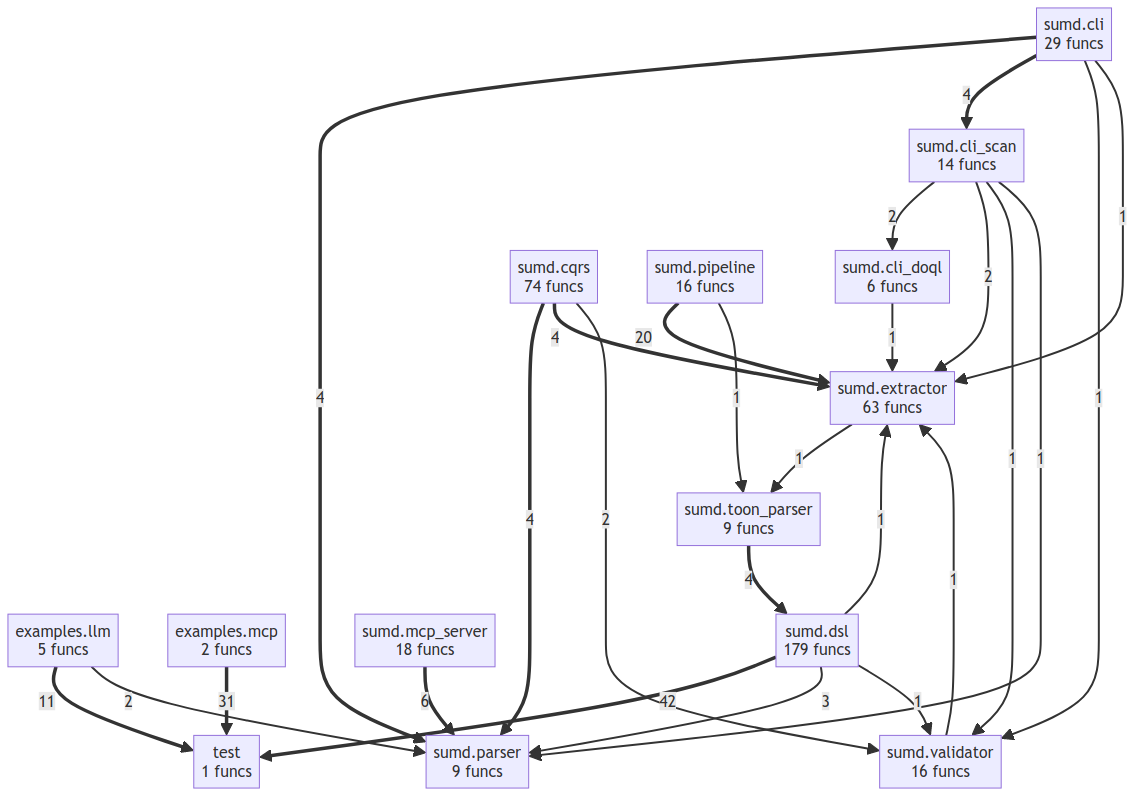
This is project/compact_flow.png from semcod/sumd, a Mermaid export, as it was before one commit. Its source is kept beside it as project/compact_flow.mmd.
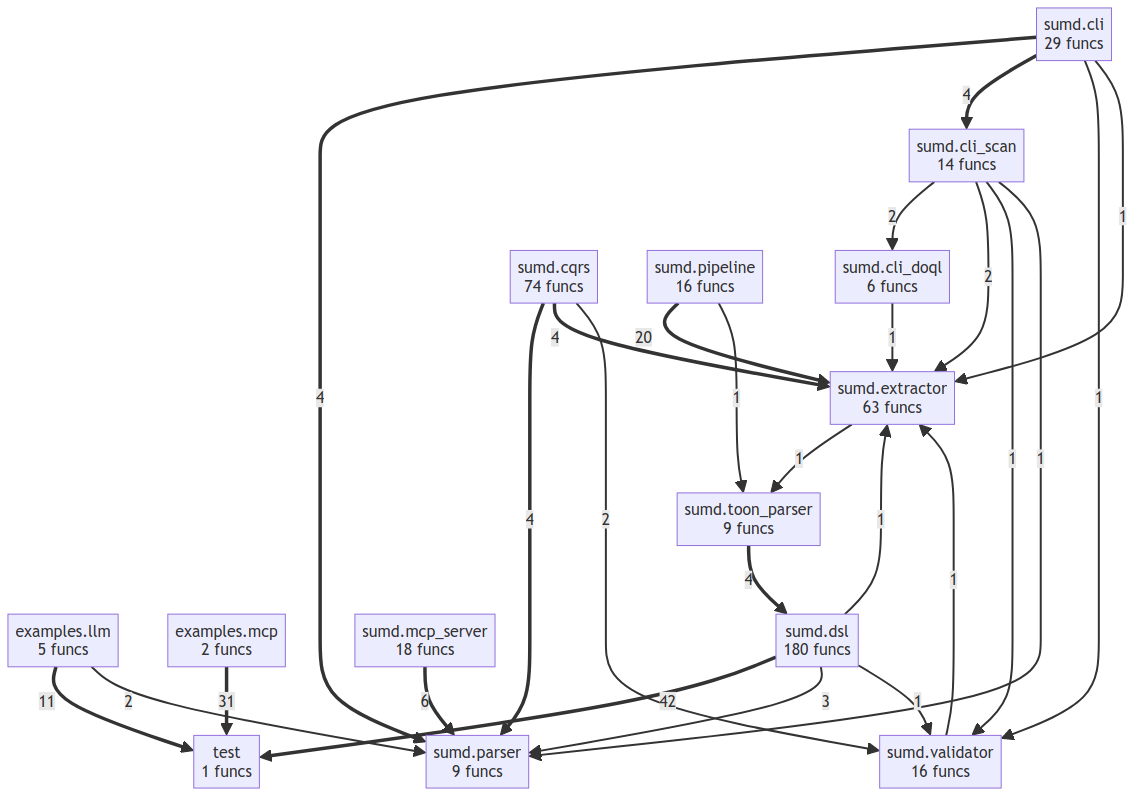
After the commit.

Change to the diagram source:
```diff
@@ -5,7 +5,7 @@
     sumd__cli_doql["sumd.cli_doql<br/>6 funcs"]
     sumd__cli_scan["sumd.cli_scan<br/>14 funcs"]
     sumd__cqrs["sumd.cqrs<br/>74 funcs"]
-    sumd__dsl["sumd.dsl<br/>179 funcs"]
+    sumd__dsl["sumd.dsl<br/>180 funcs"]
     sumd__extractor["sumd.extractor<br/>63 funcs"]
     sumd__mcp_server["sumd.mcp_server<br/>18 funcs"]
     sumd__parser["sumd.parser<br/>9 funcs"]
@@ -19,18 +19,15 @@
     examples__llm ==>|11| test
     sumd__mcp_server ==>|6| sumd__parser
     sumd__toon_parser ==>|4| sumd__dsl
+    sumd__cqrs ==>|4| sumd__parser
+    sumd__cqrs ==>|4| sumd__extractor
     sumd__cli ==>|4| sumd__parser
     sumd__cli ==>|4| sumd__cli_scan
-    sumd__cqrs ==>|4| sumd__parser
-    sumd__cqrs ==>|4| sumd__extractor
     sumd__dsl -->|3| sumd__parser
     examples__llm -->|2| sumd__parser
     sumd__cli_scan -->|2| sumd__cli_doql
     sumd__cli_scan -->|2| sumd__extractor
     sumd__cqrs -->|2| sumd__validator
-    sumd__validator -->|1| sumd__extractor
-    sumd__cli -->|1| sumd__validator
-    sumd__cli -->|1| sumd__extractor
     sumd__extractor -->|1| sumd__toon_parser
     sumd__cli_scan -->|1| sumd__validator
     sumd__cli_scan -->|1| sumd__parser
@@ -38,3 +35,6 @@
     sumd__pipeline -->|1| sumd__toon_parser
     sumd__dsl -->|1| sumd__extractor
     sumd__dsl -->|1| sumd__validator
+    sumd__validator -->|1| sumd__extractor
+    sumd__cli -->|1| sumd__validator
+    sumd__cli -->|1| sumd__extractor
```
